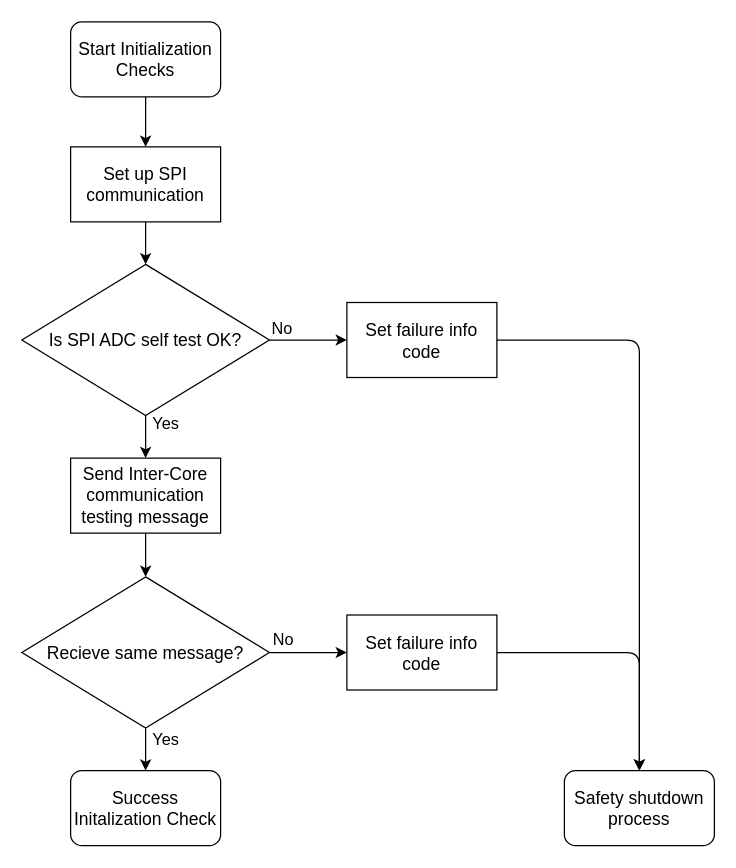
petrkucerak/diplom-thesis keeps this draw.io diagram as schematic/05-sw-flow-initialization-check.drawio. Above is the earlier version. Source tidied: cells renumbered, new cells numbered last; positions are measured from the earlier drawing's top-left corner, leaving out a move shared by most shapes. Both pictures are drawn from the tidied source at 125%, with x=0, y=0 at pixel (21, 21).
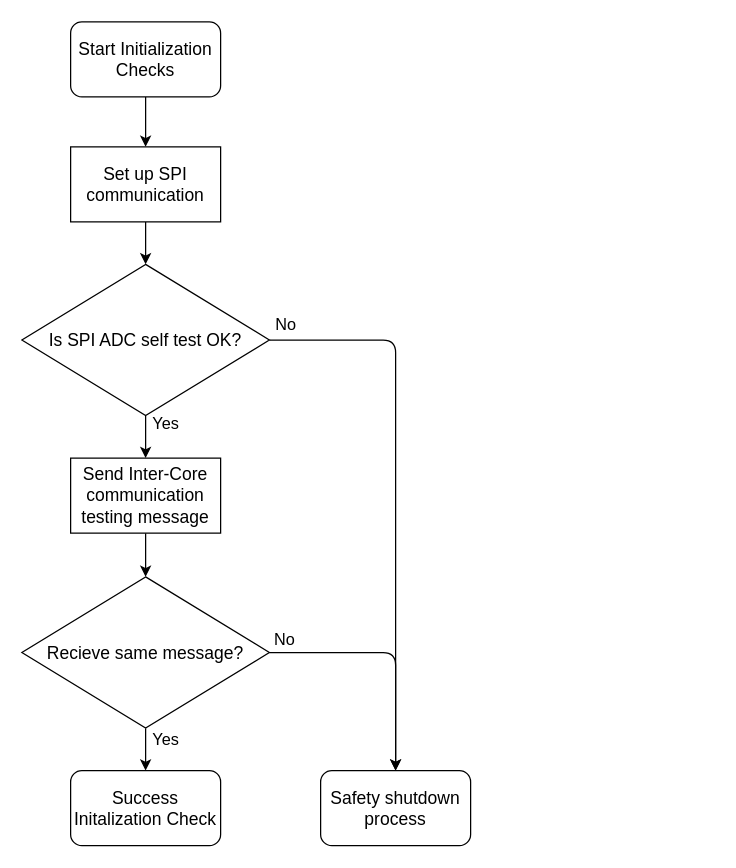
After the change.

The change refers to these unchanged cells:
```xml
<mxCell id="13" value="Is SPI ADC self test OK?" style="rhombus;whiteSpace=wrap;html=1;fontSize=14;" parent="1" vertex="1">
  <mxGeometry y="194" width="198" height="121" as="geometry" />
</mxCell>
<mxCell id="18" value="&lt;span style=&quot;color: rgb(0, 0, 0);&quot;&gt;Recieve same message?&lt;/span&gt;" style="rhombus;whiteSpace=wrap;html=1;fontSize=14;" parent="1" vertex="1">
  <mxGeometry y="444" width="198" height="121" as="geometry" />
</mxCell>
```

The edit, as a diff of the source:
```diff
@@
-    <mxCell id="11" style="edgeStyle=none;html=1;exitX=1;exitY=0.5;exitDx=0;exitDy=0;fontSize=14;" parent="1" edge="1" source="13" target="21">
+    <mxCell id="11" style="edgeStyle=orthogonalEdgeStyle;html=1;exitX=1;exitY=0.5;exitDx=0;exitDy=0;fontSize=14;entryX=0.5;entryY=0;entryDx=0;entryDy=0;" parent="1" edge="1" source="13" target="19">
       <mxGeometry relative="1" as="geometry" />
     </mxCell>
     <mxCell id="12" value="No" style="edgeLabel;html=1;align=center;verticalAlign=middle;fontSize=13;" parent="11" vertex="1">
       <mxGeometry x="-0.1" y="1" relative="1" as="geometry">
-        <mxPoint x="-19" y="-9" as="offset" />
+        <mxPoint x="-90" y="-112" as="offset" />
       </mxGeometry>
     </mxCell>
@@
-    <mxCell id="16" style="edgeStyle=none;html=1;exitX=1;exitY=0.5;exitDx=0;exitDy=0;fontSize=14;" parent="1" edge="1" source="18" target="23">
+    <mxCell id="16" style="edgeStyle=orthogonalEdgeStyle;html=1;exitX=1;exitY=0.5;exitDx=0;exitDy=0;fontSize=14;entryX=0.5;entryY=0;entryDx=0;entryDy=0;" parent="1" edge="1" source="18" target="19">
       <mxGeometry relative="1" as="geometry" />
     </mxCell>
     <mxCell id="17" value="&lt;font style=&quot;font-size: 13px;&quot;&gt;No&lt;/font&gt;" style="edgeLabel;html=1;align=center;verticalAlign=middle;" parent="16" vertex="1">
       <mxGeometry x="-0.71" y="-1" relative="1" as="geometry">
-        <mxPoint x="1" y="-12" as="offset" />
+        <mxPoint x="-17" y="-12" as="offset" />
       </mxGeometry>
     </mxCell>
@@
     <mxCell id="19" value="Safety shutdown process" style="rounded=1;whiteSpace=wrap;html=1;fontSize=14;" parent="1" vertex="1">
-      <mxGeometry x="434" y="599" width="120" height="60" as="geometry" />
+      <mxGeometry x="239" y="599" width="120" height="60" as="geometry" />
     </mxCell>
-    <mxCell id="20" style="edgeStyle=orthogonalEdgeStyle;html=1;exitX=1;exitY=0.5;exitDx=0;exitDy=0;entryX=0.5;entryY=0;entryDx=0;entryDy=0;fontSize=14;" parent="1" edge="1" source="21" target="19">
-      <mxGeometry relative="1" as="geometry" />
-    </mxCell>
-    <mxCell id="21" value="Set failure info code" style="rounded=0;whiteSpace=wrap;html=1;fontSize=14;" parent="1" vertex="1">
-      <mxGeometry x="260" y="224.5" width="120" height="60" as="geometry" />
-    </mxCell>
-    <mxCell id="22" style="edgeStyle=orthogonalEdgeStyle;html=1;exitX=1;exitY=0.5;exitDx=0;exitDy=0;entryX=0.5;entryY=0;entryDx=0;entryDy=0;fontSize=14;" parent="1" edge="1" source="23" target="19">
-      <mxGeometry relative="1" as="geometry" />
-    </mxCell>
-    <mxCell id="23" value="Set failure info code" style="rounded=0;whiteSpace=wrap;html=1;fontSize=14;" parent="1" vertex="1">
-      <mxGeometry x="260" y="474.5" width="120" height="60" as="geometry" />
-    </mxCell>
```
